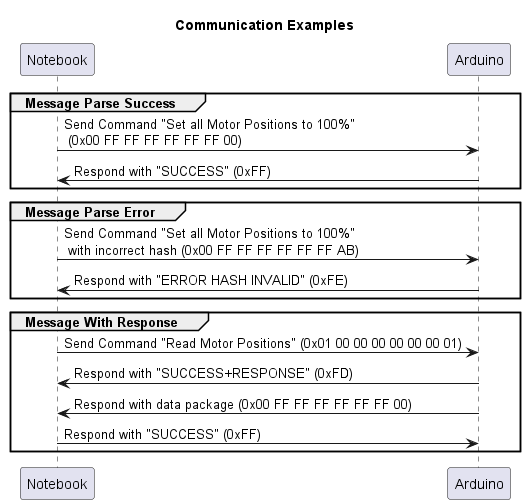
Above: doc/protocol-Communication_Examples.png in ZanyCode/SpeedSeat (PlantUML), before the change.
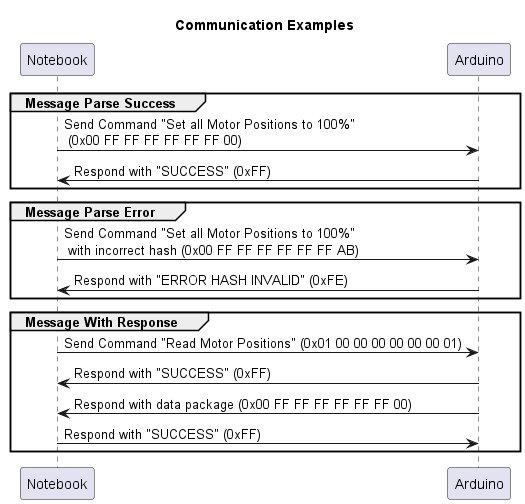
The same file after the commit.

Change to the diagram source:
```diff
@@ -10,7 +10,7 @@
 end
 group Message With Response
     Notebook -> Arduino: Send Command "Read Motor Positions" (0x01 00 00 00 00 00 00 01)
-    Arduino -> Notebook: Respond with "SUCCESS+RESPONSE" (0xFD)
+    Arduino -> Notebook: Respond with "SUCCESS" (0xFF)
     Arduino -> Notebook: Respond with data package (0x00 FF FF FF FF FF FF 00)
     Notebook -> Arduino: Respond with "SUCCESS" (0xFF)
 end
```
